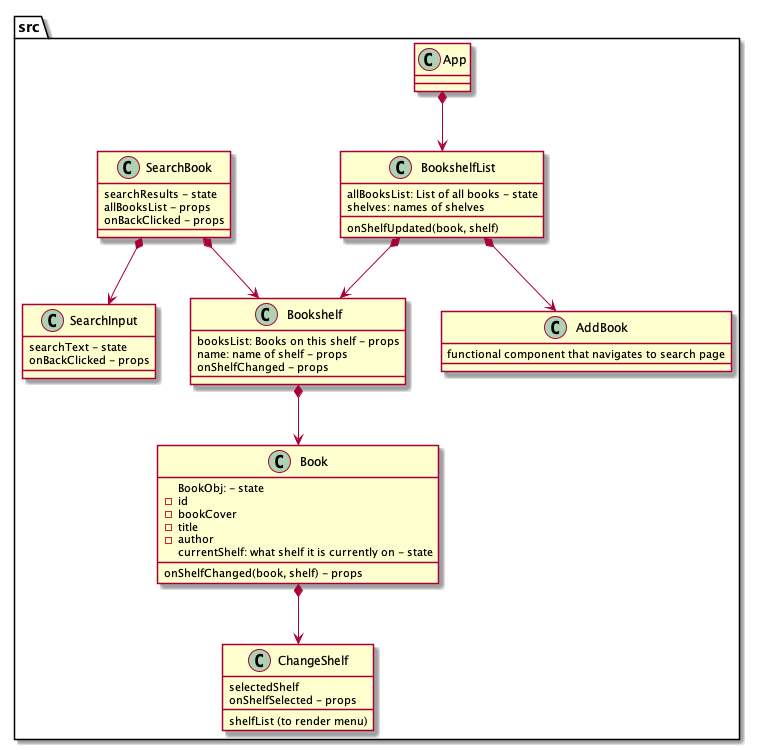
katsa9/MyReads keeps this PlantUML diagram as SolutionDesign/myReads-solution-design.png. Above is the earlier version. The source it was exported from:
```plantuml
@startuml myReads-solution-design

package src {
  class App{

  }
  class BookshelfList{
    allBooksList: List of all books - state
    onShelfUpdated(book, shelf)
    shelves: names of shelves
  }
  class Bookshelf{
    booksList: Books on this shelf - props
    name: name of shelf - props
    onShelfChanged - props
  }

  class Book{
    BookObj: - state
          -id
          -bookCover
          -title
          -author
    currentShelf: what shelf it is currently on - state
    onShelfChanged(book, shelf) - props
  }
  class ChangeShelf{
    shelfList (to render menu)
    selectedShelf
    onShelfSelected - props
  }
  class AddBook{
    functional component that navigates to search page
  }
  class SearchBook{
    searchResults - state
    allBooksList - props
    onBackClicked - props
  }
  class SearchInput{
    searchText - state
    onBackClicked - props
  }
}

App *--> BookshelfList
BookshelfList*--> Bookshelf
Bookshelf *--> Book
BookshelfList *--> AddBook
Book *--> ChangeShelf
SearchBook *--> SearchInput
SearchBook *--> Bookshelf


@enduml
```
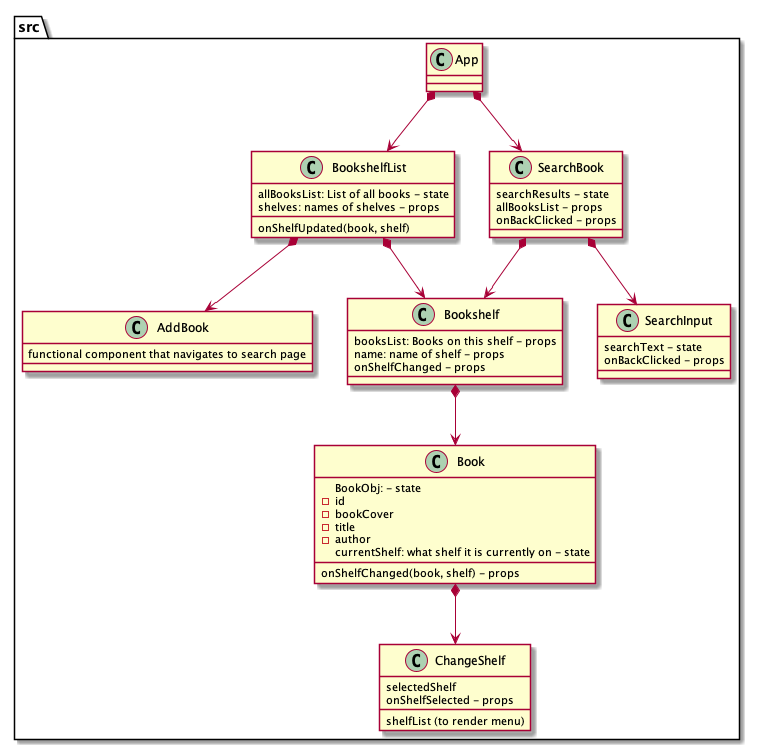
The same file after the commit.

Commit message:
chore: update solution design

What changed in the source:
```diff
@@ -7,7 +7,7 @@
   class BookshelfList{
     allBooksList: List of all books - state
     onShelfUpdated(book, shelf)
-    shelves: names of shelves
+    shelves: names of shelves - props
   }
   class Bookshelf{
     booksList: Books on this shelf - props
@@ -44,6 +44,7 @@
 }
 
 App *--> BookshelfList
+App *--> SearchBook
 BookshelfList*--> Bookshelf
 Bookshelf *--> Book
 BookshelfList *--> AddBook
```
